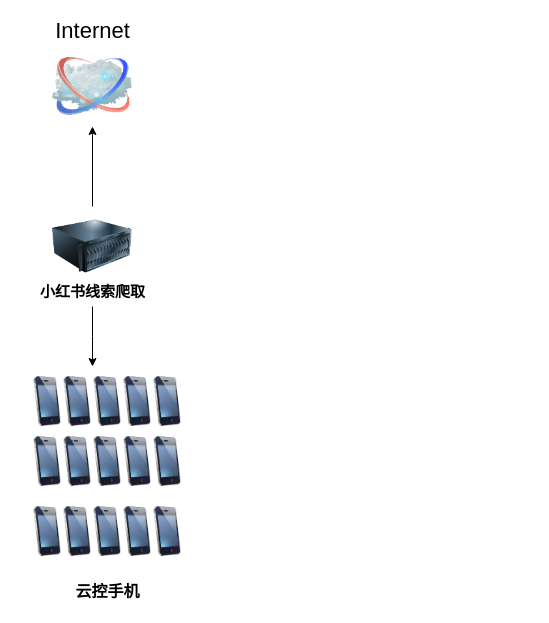
The draw.io diagram 小红书线索.drawio in hbulixu/diagrams_store, before the edit. Source tidied: cells renumbered, new cells numbered last; positions are measured from the earlier drawing's top-left corner, leaving out a move shared by most shapes. Both pictures are drawn from the tidied source at 100%, with x=0, y=0 at pixel (17, 46).
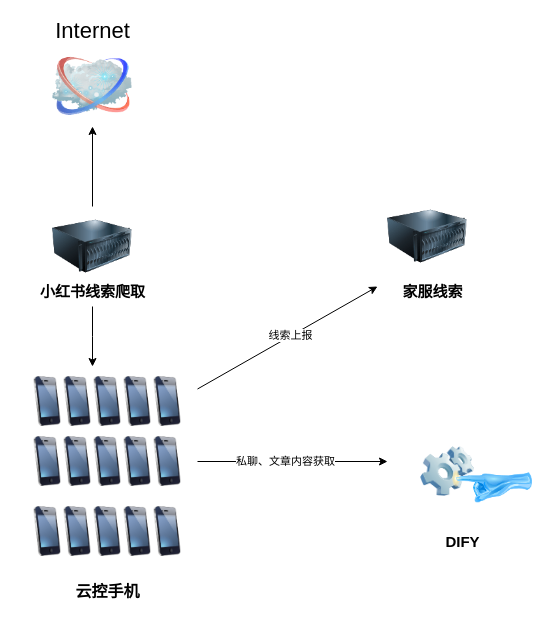
After the change.

Commit message (it also covers changes not shown here):
更新小红书线索.drawio

The change refers to these unchanged cells:
```xml
<mxCell id="11" style="image;html=1;labelBackgroundColor=#ffffff;image=img/lib/clip_art/telecommunication/iPhone_128x128.png;rounded=1;shadow=0;comic=0;strokeWidth=2;fontSize=22;" parent="1" vertex="1">
  <mxGeometry x="120" y="330" width="60" height="50" as="geometry" />
</mxCell>
<mxCell id="16" style="image;html=1;labelBackgroundColor=#ffffff;image=img/lib/clip_art/telecommunication/iPhone_128x128.png;rounded=1;shadow=0;comic=0;strokeWidth=2;fontSize=22;" parent="1" vertex="1">
  <mxGeometry x="120" y="390" width="60" height="50" as="geometry" />
</mxCell>
```

Diff of the diagram source:
```diff
@@
+    <mxCell id="23" style="edgeStyle=orthogonalEdgeStyle;rounded=0;jettySize=auto;html=1;" parent="1" edge="1" source="16">
+      <mxGeometry relative="1" as="geometry">
+        <mxPoint x="370" y="415" as="targetPoint" />
+      </mxGeometry>
+    </mxCell>
+    <mxCell id="24" value="私聊、文章内容获取" style="edgeLabel;html=1;align=center;verticalAlign=middle;" parent="23" vertex="1">
+      <mxGeometry x="-0.09" y="1" relative="1" as="geometry" />
+    </mxCell>
@@
+    <mxCell id="25" style="image;html=1;image=img/lib/clip_art/computers/Software_128x128.png;" parent="1" vertex="1">
+      <mxGeometry x="400" y="400" width="60" height="50" as="geometry" />
+    </mxCell>
+    <mxCell id="26" style="image;html=1;image=img/lib/clip_art/computers/Touch_128x128.png;" parent="1" vertex="1">
+      <mxGeometry x="435" y="400" width="80" height="80" as="geometry" />
+    </mxCell>
+    <mxCell id="27" value="DIFY" style="text;html=1;align=center;verticalAlign=middle;strokeColor=none;fillColor=none;fontSize=15;fontStyle=1;" parent="1" vertex="1">
+      <mxGeometry x="415" y="480" width="60" height="30" as="geometry" />
+    </mxCell>
+    <mxCell id="28" style="image;html=1;image=img/lib/clip_art/computers/Server_128x128.png;" parent="1" vertex="1">
+      <mxGeometry x="370" y="150" width="80" height="80" as="geometry" />
+    </mxCell>
+    <mxCell id="29" value="家服线索" style="text;html=1;align=center;verticalAlign=middle;strokeColor=none;fillColor=none;fontSize=15;fontStyle=1;" parent="1" vertex="1">
+      <mxGeometry x="375" y="230" width="80" height="30" as="geometry" />
+    </mxCell>
+    <mxCell id="30" style="endArrow=classic;html=1;rounded=0;exitX=1;exitY=0.25;exitDx=0;exitDy=0;" parent="1" edge="1" source="11">
+      <mxGeometry relative="1" as="geometry">
+        <mxPoint x="360" y="240" as="targetPoint" />
+      </mxGeometry>
+    </mxCell>
+    <mxCell id="31" value="线索上报" style="edgeLabel;html=1;align=center;verticalAlign=middle;" parent="30" vertex="1">
+      <mxGeometry x="0.03" relative="1" as="geometry">
+        <mxPoint y="-1" as="offset" />
+      </mxGeometry>
+    </mxCell>
```
